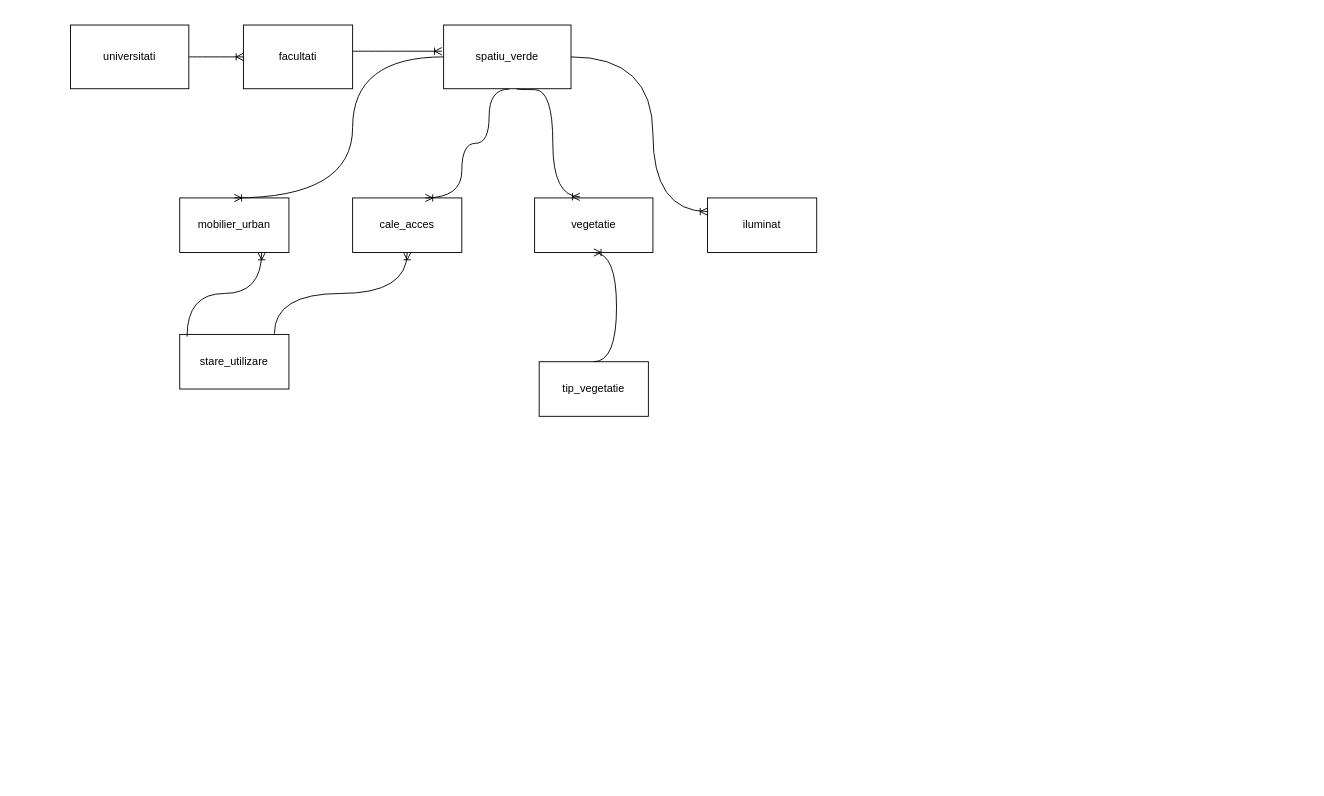
Earlier version of the draw.io diagram Untitled Diagram.drawio (AndreeaPatrauvt/db1project). Source tidied: cells renumbered, new cells numbered last; positions are measured from the earlier drawing's top-left corner, leaving out a move shared by most shapes. Both pictures are drawn from the tidied source at 91%, with x=0, y=0 at pixel (70, 25).
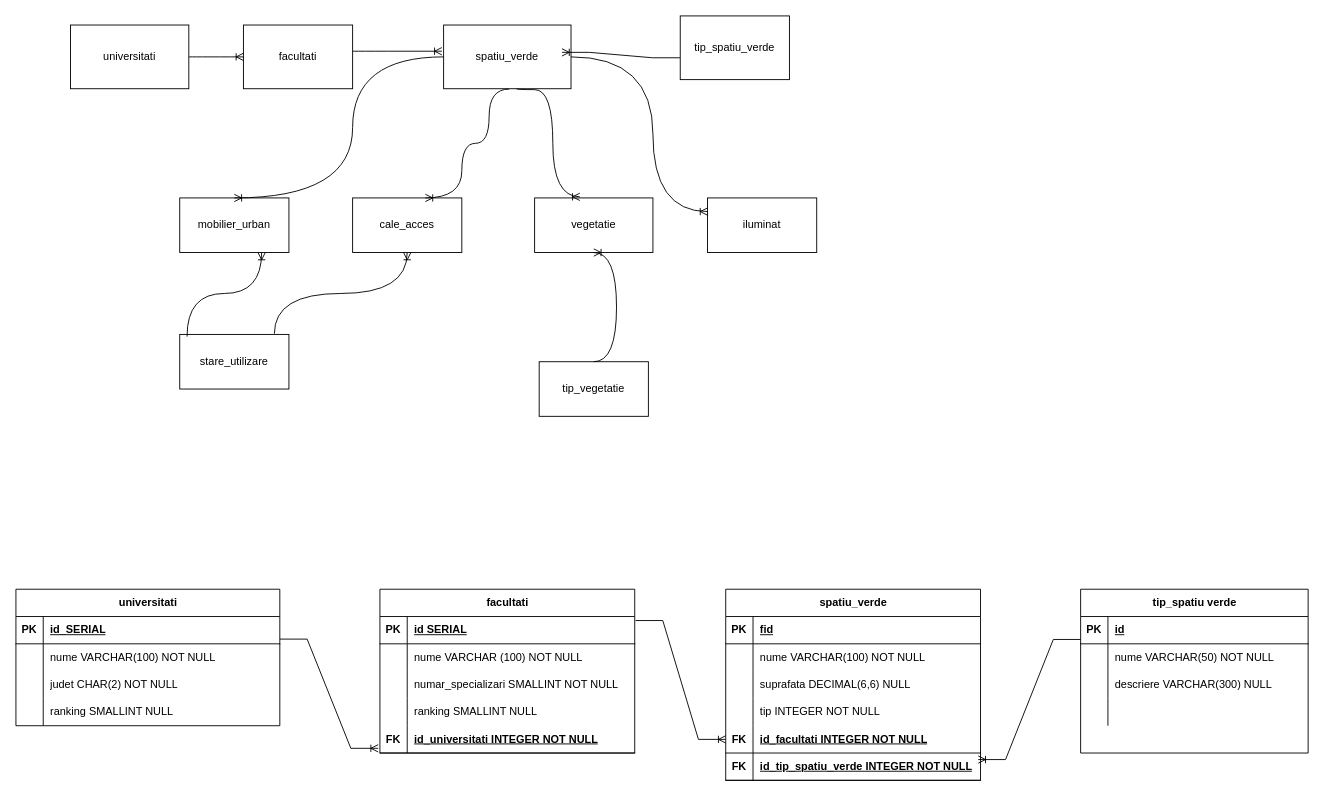
After the change.

The change refers to these unchanged cells:
```xml
<mxCell id="2" value="spatiu_verde" style="rounded=0;whiteSpace=wrap;html=1;" parent="1" vertex="1">
  <mxGeometry x="410" width="140" height="70" as="geometry" />
</mxCell>
```

Diff of the diagram source:
```diff
@@
+    <mxCell id="20" value="facultati" style="shape=table;startSize=30;childLayout=tableLayout;rowLines=0;fontStyle=1;align=center;html=1;" parent="1" vertex="1">
+      <mxGeometry x="340" y="620" width="280" height="180" as="geometry" />
+    </mxCell>
+    <mxCell id="21" style="shape=tableRow;horizontal=0;startSize=0;swimlaneHead=0;swimlaneBody=0;fillColor=none;points=[[0,0.5],[1,0.5]];portConstraint=eastwest;top=0;left=0;right=0;bottom=1;" parent="20" vertex="1">
+      <mxGeometry y="30" width="280" height="30" as="geometry" />
+    </mxCell>
+    <mxCell id="22" value="PK" style="shape=partialRectangle;fillColor=none;top=0;left=0;bottom=0;right=0;fontStyle=1;overflow=hidden;whiteSpace=wrap;html=1;" parent="21" vertex="1">
+      <mxGeometry width="30" height="30" as="geometry" />
+    </mxCell>
+    <mxCell id="23" value="id SERIAL" style="shape=partialRectangle;fillColor=none;top=0;left=0;bottom=0;right=0;align=left;spacingLeft=6;fontStyle=5;overflow=hidden;whiteSpace=wrap;html=1;" parent="21" vertex="1">
+      <mxGeometry x="30" width="250" height="30" as="geometry" />
+    </mxCell>
+    <mxCell id="24" style="shape=tableRow;horizontal=0;startSize=0;swimlaneHead=0;swimlaneBody=0;fillColor=none;top=0;left=0;right=0;bottom=0;" parent="20" vertex="1">
+      <mxGeometry y="60" width="280" height="30" as="geometry" />
+    </mxCell>
+    <mxCell id="25" style="shape=partialRectangle;fillColor=none;top=0;left=0;bottom=0;right=0;overflow=hidden;whiteSpace=wrap;html=1;" parent="24" vertex="1">
+      <mxGeometry width="30" height="30" as="geometry" />
+    </mxCell>
+    <mxCell id="26" value="nume VARCHAR (100) NOT NULL" style="shape=partialRectangle;fillColor=none;top=0;left=0;bottom=0;right=0;align=left;spacingLeft=6;overflow=hidden;whiteSpace=wrap;html=1;" parent="24" vertex="1">
+      <mxGeometry x="30" width="250" height="30" as="geometry" />
+    </mxCell>
+    <mxCell id="27" style="shape=tableRow;horizontal=0;startSize=0;swimlaneHead=0;swimlaneBody=0;fillColor=none;top=0;left=0;right=0;bottom=0;" parent="20" vertex="1">
+      <mxGeometry y="90" width="280" height="30" as="geometry" />
+    </mxCell>
+    <mxCell id="28" style="shape=partialRectangle;fillColor=none;top=0;left=0;bottom=0;right=0;overflow=hidden;whiteSpace=wrap;html=1;" parent="27" vertex="1">
+      <mxGeometry width="30" height="30" as="geometry" />
+    </mxCell>
+    <mxCell id="29" value="numar_specializari SMALLINT NOT NULL" style="shape=partialRectangle;fillColor=none;top=0;left=0;bottom=0;right=0;align=left;spacingLeft=6;overflow=hidden;whiteSpace=wrap;html=1;" parent="27" vertex="1">
+      <mxGeometry x="30" width="250" height="30" as="geometry" />
+    </mxCell>
+    <mxCell id="30" style="shape=tableRow;horizontal=0;startSize=0;swimlaneHead=0;swimlaneBody=0;fillColor=none;top=0;left=0;right=0;bottom=0;" parent="20" vertex="1">
+      <mxGeometry y="120" width="280" height="30" as="geometry" />
+    </mxCell>
+    <mxCell id="31" style="shape=partialRectangle;fillColor=none;top=0;left=0;bottom=0;right=0;overflow=hidden;whiteSpace=wrap;html=1;" parent="30" vertex="1">
+      <mxGeometry width="30" height="30" as="geometry" />
+    </mxCell>
+    <mxCell id="32" value="ranking SMALLINT NULL" style="shape=partialRectangle;fillColor=none;top=0;left=0;bottom=0;right=0;align=left;spacingLeft=6;overflow=hidden;whiteSpace=wrap;html=1;" parent="30" vertex="1">
+      <mxGeometry x="30" width="250" height="30" as="geometry" />
+    </mxCell>
+    <mxCell id="33" style="shape=tableRow;horizontal=0;startSize=0;swimlaneHead=0;swimlaneBody=0;fillColor=none;points=[[0,0.5],[1,0.5]];portConstraint=eastwest;top=0;left=0;right=0;bottom=1;" parent="20" vertex="1">
+      <mxGeometry y="150" width="280" height="30" as="geometry" />
+    </mxCell>
+    <mxCell id="34" value="FK" style="shape=partialRectangle;fillColor=none;top=0;left=0;bottom=0;right=0;fontStyle=1;overflow=hidden;whiteSpace=wrap;html=1;" parent="33" vertex="1">
+      <mxGeometry width="30" height="30" as="geometry" />
+    </mxCell>
+    <mxCell id="35" value="id_universitati INTEGER NOT NULL" style="shape=partialRectangle;fillColor=none;top=0;left=0;bottom=0;right=0;align=left;spacingLeft=6;fontStyle=5;overflow=hidden;whiteSpace=wrap;html=1;" parent="33" vertex="1">
+      <mxGeometry x="30" width="250" height="30" as="geometry" />
+    </mxCell>
+    <mxCell id="36" style="edgeStyle=entityRelationEdgeStyle;fontSize=12;html=1;endArrow=ERoneToMany;rounded=0;exitX=1;exitY=0.827;exitDx=0;exitDy=0;entryX=-0.007;entryY=0.827;entryDx=0;entryDy=0;entryPerimeter=0;exitPerimeter=0;" parent="1" edge="1" source="73" target="33">
+      <mxGeometry relative="1" as="geometry" />
+    </mxCell>
+    <mxCell id="37" value="spatiu_verde" style="shape=table;startSize=30;childLayout=tableLayout;rowLines=0;fontStyle=1;align=center;html=1;" parent="1" vertex="1">
+      <mxGeometry x="720" y="620" width="280" height="210" as="geometry" />
+    </mxCell>
+    <mxCell id="38" style="shape=tableRow;horizontal=0;startSize=0;swimlaneHead=0;swimlaneBody=0;fillColor=none;top=0;left=0;right=0;bottom=1;" parent="37" vertex="1">
+      <mxGeometry y="30" width="280" height="30" as="geometry" />
+    </mxCell>
+    <mxCell id="39" value="PK" style="shape=partialRectangle;fillColor=none;top=0;left=0;bottom=0;right=0;fontStyle=1;overflow=hidden;whiteSpace=wrap;html=1;" parent="38" vertex="1">
+      <mxGeometry width="30" height="30" as="geometry" />
+    </mxCell>
+    <mxCell id="40" value="fid" style="shape=partialRectangle;fillColor=none;top=0;left=0;bottom=0;right=0;align=left;spacingLeft=6;fontStyle=5;overflow=hidden;whiteSpace=wrap;html=1;" parent="38" vertex="1">
+      <mxGeometry x="30" width="250" height="30" as="geometry" />
+    </mxCell>
+    <mxCell id="41" style="shape=tableRow;horizontal=0;startSize=0;swimlaneHead=0;swimlaneBody=0;fillColor=none;top=0;left=0;right=0;bottom=0;" parent="37" vertex="1">
+      <mxGeometry y="60" width="280" height="30" as="geometry" />
+    </mxCell>
+    <mxCell id="42" style="shape=partialRectangle;fillColor=none;top=0;left=0;bottom=0;right=0;overflow=hidden;whiteSpace=wrap;html=1;" parent="41" vertex="1">
+      <mxGeometry width="30" height="30" as="geometry" />
+    </mxCell>
+    <mxCell id="43" value="nume VARCHAR(100) NOT NULL" style="shape=partialRectangle;fillColor=none;top=0;left=0;bottom=0;right=0;align=left;spacingLeft=6;overflow=hidden;whiteSpace=wrap;html=1;" parent="41" vertex="1">
+      <mxGeometry x="30" width="250" height="30" as="geometry" />
+    </mxCell>
+    <mxCell id="44" style="shape=tableRow;horizontal=0;startSize=0;swimlaneHead=0;swimlaneBody=0;fillColor=none;top=0;left=0;right=0;bottom=0;" parent="37" vertex="1">
+      <mxGeometry y="90" width="280" height="30" as="geometry" />
+    </mxCell>
+    <mxCell id="45" style="shape=partialRectangle;fillColor=none;top=0;left=0;bottom=0;right=0;overflow=hidden;whiteSpace=wrap;html=1;" parent="44" vertex="1">
+      <mxGeometry width="30" height="30" as="geometry" />
+    </mxCell>
+    <mxCell id="46" value="suprafata DECIMAL(6,6) NULL" style="shape=partialRectangle;fillColor=none;top=0;left=0;bottom=0;right=0;align=left;spacingLeft=6;overflow=hidden;whiteSpace=wrap;html=1;" parent="44" vertex="1">
+      <mxGeometry x="30" width="250" height="30" as="geometry" />
+    </mxCell>
+    <mxCell id="47" style="shape=tableRow;horizontal=0;startSize=0;swimlaneHead=0;swimlaneBody=0;fillColor=none;top=0;left=0;right=0;bottom=0;" parent="37" vertex="1">
+      <mxGeometry y="120" width="280" height="30" as="geometry" />
+    </mxCell>
+    <mxCell id="48" style="shape=partialRectangle;fillColor=none;top=0;left=0;bottom=0;right=0;overflow=hidden;whiteSpace=wrap;html=1;" parent="47" vertex="1">
+      <mxGeometry width="30" height="30" as="geometry" />
+    </mxCell>
+    <mxCell id="49" value="tip INTEGER NOT NULL" style="shape=partialRectangle;fillColor=none;top=0;left=0;bottom=0;right=0;align=left;spacingLeft=6;overflow=hidden;whiteSpace=wrap;html=1;" parent="47" vertex="1">
+      <mxGeometry x="30" width="250" height="30" as="geometry" />
+    </mxCell>
+    <mxCell id="50" style="shape=tableRow;horizontal=0;startSize=0;swimlaneHead=0;swimlaneBody=0;fillColor=none;points=[[0,0.5],[1,0.5]];portConstraint=eastwest;top=0;left=0;right=0;bottom=1;" parent="37" vertex="1">
+      <mxGeometry y="150" width="280" height="30" as="geometry" />
+    </mxCell>
+    <mxCell id="51" value="FK" style="shape=partialRectangle;fillColor=none;top=0;left=0;bottom=0;right=0;fontStyle=1;overflow=hidden;whiteSpace=wrap;html=1;" parent="50" vertex="1">
+      <mxGeometry width="30" height="30" as="geometry" />
+    </mxCell>
+    <mxCell id="52" value="id_facultati INTEGER NOT NULL" style="shape=partialRectangle;fillColor=none;top=0;left=0;bottom=0;right=0;align=left;spacingLeft=6;fontStyle=5;overflow=hidden;whiteSpace=wrap;html=1;" parent="50" vertex="1">
+      <mxGeometry x="30" width="250" height="30" as="geometry" />
+    </mxCell>
+    <mxCell id="53" style="shape=tableRow;horizontal=0;startSize=0;swimlaneHead=0;swimlaneBody=0;fillColor=none;points=[[0,0.5],[1,0.5]];portConstraint=eastwest;top=0;left=0;right=0;bottom=1;" parent="37" vertex="1">
+      <mxGeometry y="180" width="280" height="30" as="geometry" />
+    </mxCell>
+    <mxCell id="54" value="FK" style="shape=partialRectangle;fillColor=none;top=0;left=0;bottom=0;right=0;fontStyle=1;overflow=hidden;whiteSpace=wrap;html=1;" parent="53" vertex="1">
+      <mxGeometry width="30" height="30" as="geometry" />
+    </mxCell>
+    <mxCell id="55" value="id_tip_spatiu_verde INTEGER NOT NULL" style="shape=partialRectangle;fillColor=none;top=0;left=0;bottom=0;right=0;align=left;spacingLeft=6;fontStyle=5;overflow=hidden;whiteSpace=wrap;html=1;" parent="53" vertex="1">
+      <mxGeometry x="30" width="250" height="30" as="geometry" />
+    </mxCell>
+    <mxCell id="56" style="edgeStyle=entityRelationEdgeStyle;fontSize=12;html=1;endArrow=ERoneToMany;rounded=0;exitX=1.003;exitY=0.147;exitDx=0;exitDy=0;exitPerimeter=0;" parent="1" edge="1" source="21" target="50">
+      <mxGeometry relative="1" as="geometry" />
+    </mxCell>
+    <mxCell id="57" value="tip_spatiu_verde" style="whiteSpace=wrap;html=1;align=center;" parent="1" vertex="1">
+      <mxGeometry x="670" y="-10" width="120" height="70" as="geometry" />
+    </mxCell>
+    <mxCell id="58" style="edgeStyle=entityRelationEdgeStyle;fontSize=12;html=1;endArrow=ERoneToMany;rounded=0;exitX=-0.003;exitY=0.657;exitDx=0;exitDy=0;exitPerimeter=0;entryX=0.929;entryY=0.429;entryDx=0;entryDy=0;entryPerimeter=0;" parent="1" edge="1" source="57" target="2">
+      <mxGeometry relative="1" as="geometry" />
+    </mxCell>
+    <mxCell id="59" value="tip_spatiu verde" style="shape=table;startSize=30;childLayout=tableLayout;rowLines=0;fontStyle=1;align=center;html=1;" parent="1" vertex="1">
+      <mxGeometry x="1110" y="620" width="250" height="180" as="geometry" />
+    </mxCell>
+    <mxCell id="60" style="shape=tableRow;horizontal=0;startSize=0;swimlaneHead=0;swimlaneBody=0;fillColor=none;points=[[0,0.5],[1,0.5]];portConstraint=eastwest;top=0;left=0;right=0;bottom=1;" parent="59" vertex="1">
+      <mxGeometry y="30" width="250" height="30" as="geometry" />
+    </mxCell>
+    <mxCell id="61" value="PK" style="shape=partialRectangle;fillColor=none;top=0;left=0;bottom=0;right=0;fontStyle=1;overflow=hidden;whiteSpace=wrap;html=1;" parent="60" vertex="1">
+      <mxGeometry width="30" height="30" as="geometry" />
+    </mxCell>
+    <mxCell id="62" value="id" style="shape=partialRectangle;fillColor=none;top=0;left=0;bottom=0;right=0;align=left;spacingLeft=6;fontStyle=5;overflow=hidden;whiteSpace=wrap;html=1;" parent="60" vertex="1">
+      <mxGeometry x="30" width="220" height="30" as="geometry" />
+    </mxCell>
+    <mxCell id="63" style="shape=tableRow;horizontal=0;startSize=0;swimlaneHead=0;swimlaneBody=0;fillColor=none;top=0;left=0;right=0;bottom=0;" parent="59" vertex="1">
+      <mxGeometry y="60" width="250" height="30" as="geometry" />
+    </mxCell>
+    <mxCell id="64" style="shape=partialRectangle;fillColor=none;top=0;left=0;bottom=0;right=0;overflow=hidden;whiteSpace=wrap;html=1;" parent="63" vertex="1">
+      <mxGeometry width="30" height="30" as="geometry" />
+    </mxCell>
+    <mxCell id="65" value="nume VARCHAR(50) NOT NULL" style="shape=partialRectangle;fillColor=none;top=0;left=0;bottom=0;right=0;align=left;spacingLeft=6;overflow=hidden;whiteSpace=wrap;html=1;" parent="63" vertex="1">
+      <mxGeometry x="30" width="220" height="30" as="geometry" />
+    </mxCell>
+    <mxCell id="66" style="shape=tableRow;horizontal=0;startSize=0;swimlaneHead=0;swimlaneBody=0;fillColor=none;top=0;left=0;right=0;bottom=0;" parent="59" vertex="1">
+      <mxGeometry y="90" width="250" height="30" as="geometry" />
+    </mxCell>
+    <mxCell id="67" style="shape=partialRectangle;fillColor=none;top=0;left=0;bottom=0;right=0;overflow=hidden;whiteSpace=wrap;html=1;" parent="66" vertex="1">
+      <mxGeometry width="30" height="30" as="geometry" />
+    </mxCell>
+    <mxCell id="68" value="descriere VARCHAR(300) NULL" style="shape=partialRectangle;fillColor=none;top=0;left=0;bottom=0;right=0;align=left;spacingLeft=6;overflow=hidden;whiteSpace=wrap;html=1;" parent="66" vertex="1">
+      <mxGeometry x="30" width="220" height="30" as="geometry" />
+    </mxCell>
+    <mxCell id="69" style="shape=tableRow;horizontal=0;startSize=0;swimlaneHead=0;swimlaneBody=0;fillColor=none;top=0;left=0;right=0;bottom=0;" parent="59" vertex="1">
+      <mxGeometry y="120" width="250" height="30" as="geometry" />
+    </mxCell>
+    <mxCell id="70" style="shape=partialRectangle;fillColor=none;top=0;left=0;bottom=0;right=0;overflow=hidden;whiteSpace=wrap;html=1;" parent="69" vertex="1">
+      <mxGeometry width="30" height="30" as="geometry" />
+    </mxCell>
+    <mxCell id="71" style="shape=partialRectangle;fillColor=none;top=0;left=0;bottom=0;right=0;align=left;spacingLeft=6;overflow=hidden;whiteSpace=wrap;html=1;" parent="69" vertex="1">
+      <mxGeometry x="30" width="220" height="30" as="geometry" />
+    </mxCell>
+    <mxCell id="72" value="universitati" style="shape=table;startSize=30;childLayout=tableLayout;rowLines=0;fontStyle=1;align=center;html=1;" parent="1" vertex="1">
+      <mxGeometry x="-60" y="620" width="290" height="150" as="geometry" />
+    </mxCell>
+    <mxCell id="73" style="shape=tableRow;horizontal=0;startSize=0;swimlaneHead=0;swimlaneBody=0;fillColor=none;points=[[0,0.5],[1,0.5]];portConstraint=eastwest;top=0;left=0;right=0;bottom=1;" parent="72" vertex="1">
+      <mxGeometry y="30" width="290" height="30" as="geometry" />
+    </mxCell>
+    <mxCell id="74" value="PK" style="shape=partialRectangle;fillColor=none;top=0;left=0;bottom=0;right=0;fontStyle=1;overflow=hidden;whiteSpace=wrap;html=1;" parent="73" vertex="1">
+      <mxGeometry width="30" height="30" as="geometry" />
+    </mxCell>
+    <mxCell id="75" value="id_SERIAL" style="shape=partialRectangle;fillColor=none;top=0;left=0;bottom=0;right=0;align=left;spacingLeft=6;fontStyle=5;overflow=hidden;whiteSpace=wrap;html=1;" parent="73" vertex="1">
+      <mxGeometry x="30" width="260" height="30" as="geometry" />
+    </mxCell>
+    <mxCell id="76" style="shape=tableRow;horizontal=0;startSize=0;swimlaneHead=0;swimlaneBody=0;fillColor=none;top=0;left=0;right=0;bottom=0;" parent="72" vertex="1">
+      <mxGeometry y="60" width="290" height="30" as="geometry" />
+    </mxCell>
+    <mxCell id="77" style="shape=partialRectangle;fillColor=none;top=0;left=0;bottom=0;right=0;overflow=hidden;whiteSpace=wrap;html=1;" parent="76" vertex="1">
+      <mxGeometry width="30" height="30" as="geometry" />
+    </mxCell>
+    <mxCell id="78" value="nume VARCHAR(100) NOT NULL" style="shape=partialRectangle;fillColor=none;top=0;left=0;bottom=0;right=0;align=left;spacingLeft=6;overflow=hidden;whiteSpace=wrap;html=1;" parent="76" vertex="1">
+      <mxGeometry x="30" width="260" height="30" as="geometry" />
+    </mxCell>
+    <mxCell id="79" style="shape=tableRow;horizontal=0;startSize=0;swimlaneHead=0;swimlaneBody=0;fillColor=none;top=0;left=0;right=0;bottom=0;" parent="72" vertex="1">
+      <mxGeometry y="90" width="290" height="30" as="geometry" />
+    </mxCell>
+    <mxCell id="80" style="shape=partialRectangle;fillColor=none;top=0;left=0;bottom=0;right=0;overflow=hidden;whiteSpace=wrap;html=1;" parent="79" vertex="1">
+      <mxGeometry width="30" height="30" as="geometry" />
+    </mxCell>
+    <mxCell id="81" value="judet CHAR(2) NOT NULL" style="shape=partialRectangle;fillColor=none;top=0;left=0;bottom=0;right=0;align=left;spacingLeft=6;overflow=hidden;whiteSpace=wrap;html=1;" parent="79" vertex="1">
+      <mxGeometry x="30" width="260" height="30" as="geometry" />
+    </mxCell>
+    <mxCell id="82" style="shape=tableRow;horizontal=0;startSize=0;swimlaneHead=0;swimlaneBody=0;fillColor=none;top=0;left=0;right=0;bottom=0;" parent="72" vertex="1">
+      <mxGeometry y="120" width="290" height="30" as="geometry" />
+    </mxCell>
+    <mxCell id="83" style="shape=partialRectangle;fillColor=none;top=0;left=0;bottom=0;right=0;overflow=hidden;whiteSpace=wrap;html=1;" parent="82" vertex="1">
+      <mxGeometry width="30" height="30" as="geometry" />
+    </mxCell>
+    <mxCell id="84" value="ranking SMALLINT NULL" style="shape=partialRectangle;fillColor=none;top=0;left=0;bottom=0;right=0;align=left;spacingLeft=6;overflow=hidden;whiteSpace=wrap;html=1;" parent="82" vertex="1">
+      <mxGeometry x="30" width="260" height="30" as="geometry" />
+    </mxCell>
+    <mxCell id="85" style="edgeStyle=entityRelationEdgeStyle;fontSize=12;html=1;endArrow=ERoneToMany;rounded=0;exitX=0;exitY=0.84;exitDx=0;exitDy=0;exitPerimeter=0;entryX=0.991;entryY=0.24;entryDx=0;entryDy=0;entryPerimeter=0;" parent="1" edge="1" source="60" target="53">
+      <mxGeometry relative="1" as="geometry" />
+    </mxCell>
```
